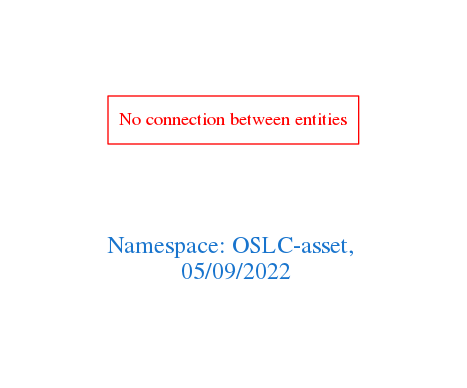
The Graphviz diagram downloads/OSLC-asset.png in arago/OGIT, before a commit. Its source is kept beside it as downloads/OSLC-asset.dot.
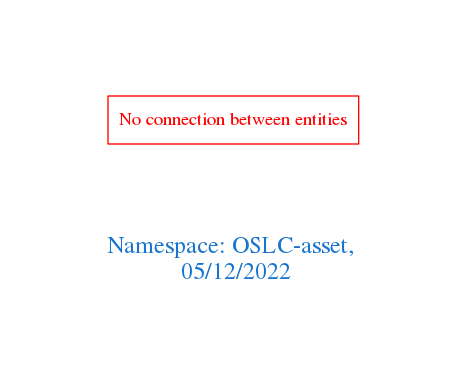
Above is the later version.

The edit, as a diff of the source:
```diff
@@ -1,7 +1,7 @@
 digraph OGIT_ontology {
  graph [ rankdir= LR,pad=1
 fontsize = 18,
-fontcolor= dodgerblue3,label = "\n\n\nNamespace: OSLC-asset, \n 05/09/2022"];
+fontcolor= dodgerblue3,label = "\n\n\nNamespace: OSLC-asset, \n 05/12/2022"];
 node[shape=polygon];
 edge [  color="gray81"];
 
```
